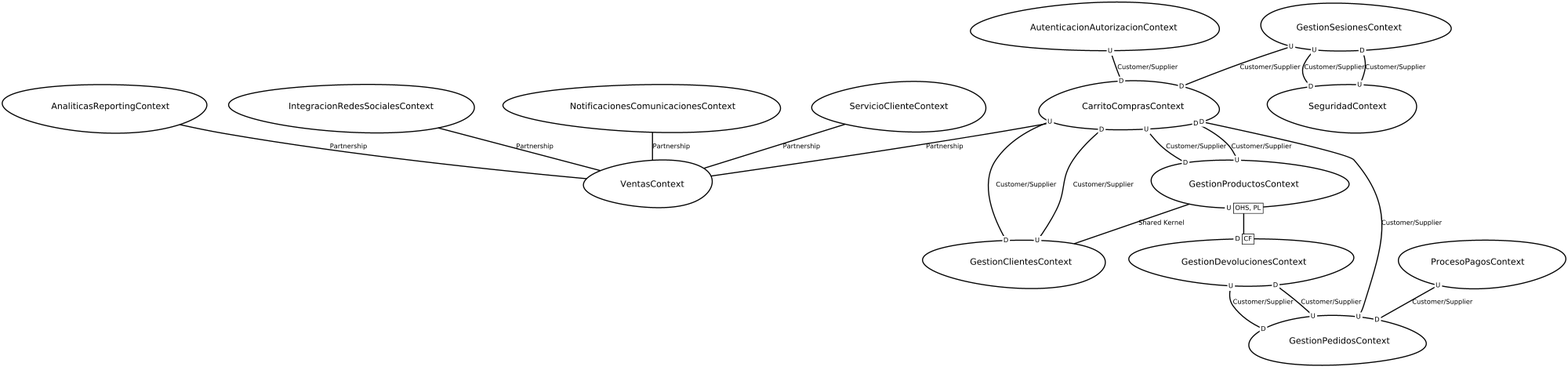
Earlier version of the Graphviz export src-gen/LAB02_proyectoEcomerce_ContexMapper_ContextMap.png (Jhonat20/LAB02_proyectoEcomerce_ContexMapper). Its source is kept beside it as src-gen/LAB02_proyectoEcomerce_ContexMapper_ContextMap.gv.
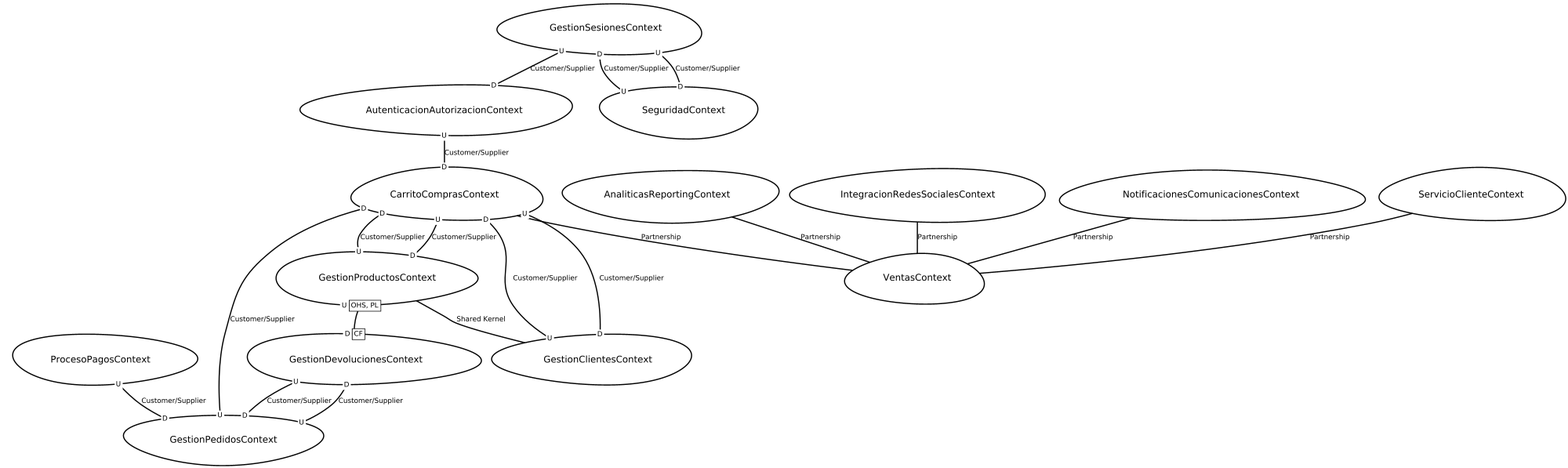
Later version of the same file.

Diff of the diagram source:
```diff
@@ -1,21 +1,26 @@
 digraph "ContextMapGraph" {
 graph ["imagepath"="/tmp/GraphvizJava"]
-"AnaliticasReportingContext" ["margin"="0.3","orientation"="3","shape"="egg","fontsize"="16","style"="bold","label"="AnaliticasReportingContext\n","fontname"="sans-serif"]
-"VentasContext" ["margin"="0.3","orientation"="323","shape"="egg","fontsize"="16","style"="bold","label"="VentasContext\n","fontname"="sans-serif"]
-"AutenticacionAutorizacionContext" ["margin"="0.3","orientation"="72","shape"="egg","fontsize"="16","style"="bold","label"="AutenticacionAutorizacionContext\n","fontname"="sans-serif"]
-"CarritoComprasContext" ["margin"="0.3","orientation"="109","shape"="egg","fontsize"="16","style"="bold","label"="CarritoComprasContext\n","fontname"="sans-serif"]
+"AnaliticasReportingContext" ["margin"="0.3","orientation"="189","shape"="egg","fontsize"="16","style"="bold","label"="AnaliticasReportingContext\n","fontname"="sans-serif"]
+"VentasContext" ["margin"="0.3","orientation"="171","shape"="egg","fontsize"="16","style"="bold","label"="VentasContext\n","fontname"="sans-serif"]
+"AutenticacionAutorizacionContext" ["margin"="0.3","orientation"="262","shape"="egg","fontsize"="16","style"="bold","label"="AutenticacionAutorizacionContext\n","fontname"="sans-serif"]
+"CarritoComprasContext" ["margin"="0.3","orientation"="28","shape"="egg","fontsize"="16","style"="bold","label"="CarritoComprasContext\n","fontname"="sans-serif"]
+"GestionProductosContext" ["margin"="0.3","orientation"="330","shape"="egg","fontsize"="16","style"="bold","label"="GestionProductosContext\n","fontname"="sans-serif"]
 "GestionClientesContext" ["margin"="0.3","orientation"="235","shape"="egg","fontsize"="16","style"="bold","label"="GestionClientesContext\n","fontname"="sans-serif"]
-"GestionProductosContext" ["margin"="0.3","orientation"="86","shape"="egg","fontsize"="16","style"="bold","label"="GestionProductosContext\n","fontname"="sans-serif"]
-"GestionDevolucionesContext" ["margin"="0.3","orientation"="156","shape"="egg","fontsize"="16","style"="bold","label"="GestionDevolucionesContext\n","fontname"="sans-serif"]
-"GestionPedidosContext" ["margin"="0.3","orientation"="21","shape"="egg","fontsize"="16","style"="bold","label"="GestionPedidosContext\n","fontname"="sans-serif"]
-"GestionSesionesContext" ["margin"="0.3","orientation"="159","shape"="egg","fontsize"="16","style"="bold","label"="GestionSesionesContext\n","fontname"="sans-serif"]
-"SeguridadContext" ["margin"="0.3","orientation"="25","shape"="egg","fontsize"="16","style"="bold","label"="SeguridadContext\n","fontname"="sans-serif"]
-"IntegracionRedesSocialesContext" ["margin"="0.3","orientation"="319","shape"="egg","fontsize"="16","style"="bold","label"="IntegracionRedesSocialesContext\n","fontname"="sans-serif"]
-"NotificacionesComunicacionesContext" ["margin"="0.3","orientation"="182","shape"="egg","fontsize"="16","style"="bold","label"="NotificacionesComunicacionesContext\n","fontname"="sans-serif"]
-"ProcesoPagosContext" ["margin"="0.3","orientation"="150","shape"="egg","fontsize"="16","style"="bold","label"="ProcesoPagosContext\n","fontname"="sans-serif"]
-"ServicioClienteContext" ["margin"="0.3","orientation"="160","shape"="egg","fontsize"="16","style"="bold","label"="ServicioClienteContext\n","fontname"="sans-serif"]
+"GestionDevolucionesContext" ["margin"="0.3","orientation"="97","shape"="egg","fontsize"="16","style"="bold","label"="GestionDevolucionesContext\n","fontname"="sans-serif"]
+"GestionPedidosContext" ["margin"="0.3","orientation"="270","shape"="egg","fontsize"="16","style"="bold","label"="GestionPedidosContext\n","fontname"="sans-serif"]
+"GestionSesionesContext" ["margin"="0.3","orientation"="22","shape"="egg","fontsize"="16","style"="bold","label"="GestionSesionesContext\n","fontname"="sans-serif"]
+"SeguridadContext" ["margin"="0.3","orientation"="213","shape"="egg","fontsize"="16","style"="bold","label"="SeguridadContext\n","fontname"="sans-serif"]
+"IntegracionRedesSocialesContext" ["margin"="0.3","orientation"="68","shape"="egg","fontsize"="16","style"="bold","label"="IntegracionRedesSocialesContext\n","fontname"="sans-serif"]
+"NotificacionesComunicacionesContext" ["margin"="0.3","orientation"="270","shape"="egg","fontsize"="16","style"="bold","label"="NotificacionesComunicacionesContext\n","fontname"="sans-serif"]
+"ProcesoPagosContext" ["margin"="0.3","orientation"="16","shape"="egg","fontsize"="16","style"="bold","label"="ProcesoPagosContext\n","fontname"="sans-serif"]
+"ServicioClienteContext" ["margin"="0.3","orientation"="305","shape"="egg","fontsize"="16","style"="bold","label"="ServicioClienteContext\n","fontname"="sans-serif"]
 "AnaliticasReportingContext" -> "VentasContext" ["fontsize"="12","style"="bold","label"="Partnership","dir"="none","fontname"="sans-serif"]
 "AutenticacionAutorizacionContext" -> "CarritoComprasContext" ["headlabel"=<<table cellspacing="0" cellborder="0" border="0">
+<tr><td bgcolor="white">D</td></tr>
+</table>>,"labeldistance"="0","fontsize"="12","taillabel"=<<table cellspacing="0" cellborder="0" border="0">
+<tr><td bgcolor="white">U</td></tr>
+</table>>,"style"="bold","label"="Customer/Supplier","dir"="none","fontname"="sans-serif"]
+"CarritoComprasContext" -> "GestionProductosContext" ["headlabel"=<<table cellspacing="0" cellborder="0" border="0">
 <tr><td bgcolor="white">D</td></tr>
 </table>>,"labeldistance"="0","fontsize"="12","taillabel"=<<table cellspacing="0" cellborder="0" border="0">
 <tr><td bgcolor="white">U</td></tr>
@@ -26,16 +31,6 @@
 <tr><td bgcolor="white">U</td></tr>
 </table>>,"style"="bold","label"="Customer/Supplier","dir"="none","fontname"="sans-serif"]
 "CarritoComprasContext" -> "VentasContext" ["fontsize"="12","style"="bold","label"="Partnership","dir"="none","fontname"="sans-serif"]
-"CarritoComprasContext" -> "GestionProductosContext" ["headlabel"=<<table cellspacing="0" cellborder="0" border="0">
-<tr><td bgcolor="white">D</td></tr>
-</table>>,"labeldistance"="0","fontsize"="12","taillabel"=<<table cellspacing="0" cellborder="0" border="0">
-<tr><td bgcolor="white">U</td></tr>
-</table>>,"style"="bold","label"="Customer/Supplier","dir"="none","fontname"="sans-serif"]
-"GestionClientesContext" -> "CarritoComprasContext" ["headlabel"=<<table cellspacing="0" cellborder="0" border="0">
-<tr><td bgcolor="white">D</td></tr>
-</table>>,"labeldistance"="0","fontsize"="12","taillabel"=<<table cellspacing="0" cellborder="0" border="0">
-<tr><td bgcolor="white">U</td></tr>
-</table>>,"style"="bold","label"="Customer/Supplier","dir"="none","fontname"="sans-serif"]
 "GestionProductosContext" -> "GestionClientesContext" ["fontsize"="12","style"="bold","label"="Shared Kernel","dir"="none","fontname"="sans-serif"]
 "GestionProductosContext" -> "GestionDevolucionesContext" ["headlabel"=<<table cellspacing="0" cellborder="1" border="0">
 <tr><td bgcolor="white" sides="r">D</td><td sides="trbl" bgcolor="white"><font>CF</font></td></tr>
@@ -43,6 +38,11 @@
 <tr><td bgcolor="white" sides="r">U</td><td sides="trbl" bgcolor="white"><font>OHS, PL</font></td></tr>
 </table>>,"style"="bold","label"="                                        ","dir"="none","fontname"="sans-serif"]
 "GestionProductosContext" -> "CarritoComprasContext" ["headlabel"=<<table cellspacing="0" cellborder="0" border="0">
+<tr><td bgcolor="white">D</td></tr>
+</table>>,"labeldistance"="0","fontsize"="12","taillabel"=<<table cellspacing="0" cellborder="0" border="0">
+<tr><td bgcolor="white">U</td></tr>
+</table>>,"style"="bold","label"="Customer/Supplier","dir"="none","fontname"="sans-serif"]
+"GestionClientesContext" -> "CarritoComprasContext" ["headlabel"=<<table cellspacing="0" cellborder="0" border="0">
 <tr><td bgcolor="white">D</td></tr>
 </table>>,"labeldistance"="0","fontsize"="12","taillabel"=<<table cellspacing="0" cellborder="0" border="0">
 <tr><td bgcolor="white">U</td></tr>
@@ -62,7 +62,7 @@
 </table>>,"labeldistance"="0","fontsize"="12","taillabel"=<<table cellspacing="0" cellborder="0" border="0">
 <tr><td bgcolor="white">U</td></tr>
 </table>>,"style"="bold","label"="Customer/Supplier","dir"="none","fontname"="sans-serif"]
-"GestionSesionesContext" -> "CarritoComprasContext" ["headlabel"=<<table cellspacing="0" cellborder="0" border="0">
+"GestionSesionesContext" -> "AutenticacionAutorizacionContext" ["headlabel"=<<table cellspacing="0" cellborder="0" border="0">
 <tr><td bgcolor="white">D</td></tr>
 </table>>,"labeldistance"="0","fontsize"="12","taillabel"=<<table cellspacing="0" cellborder="0" border="0">
 <tr><td bgcolor="white">U</td></tr>
```
